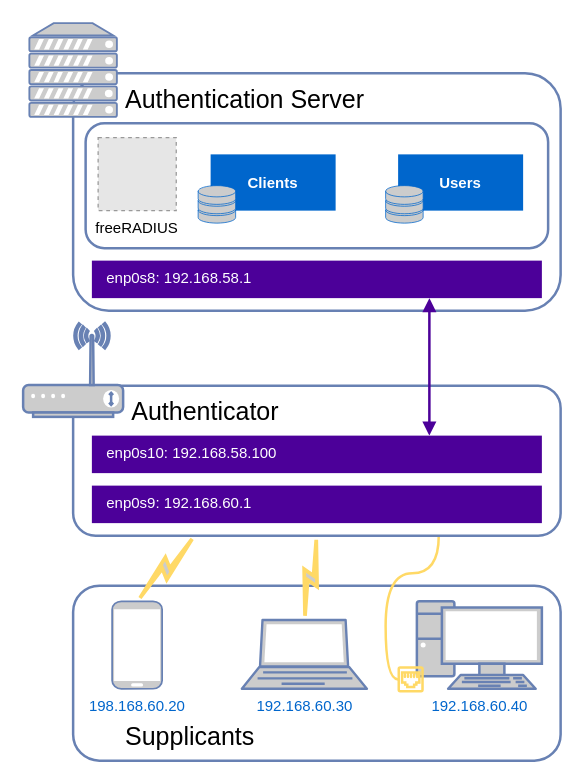
This is page "EAP" (2 of 5) of docs/5G Emulated Network/topology.drawio from davidjosearaujo/dissertation, a draw.io file, before an edit. Source tidied: cells renumbered, new cells numbered last; positions are measured from the earlier drawing's top-left corner, leaving out a move shared by most shapes. Both pictures are drawn from the tidied source at 125%, with x=0, y=0 at pixel (22, 22). Pictures stored in the file or linked from it are replaced by grey dashed boxes.
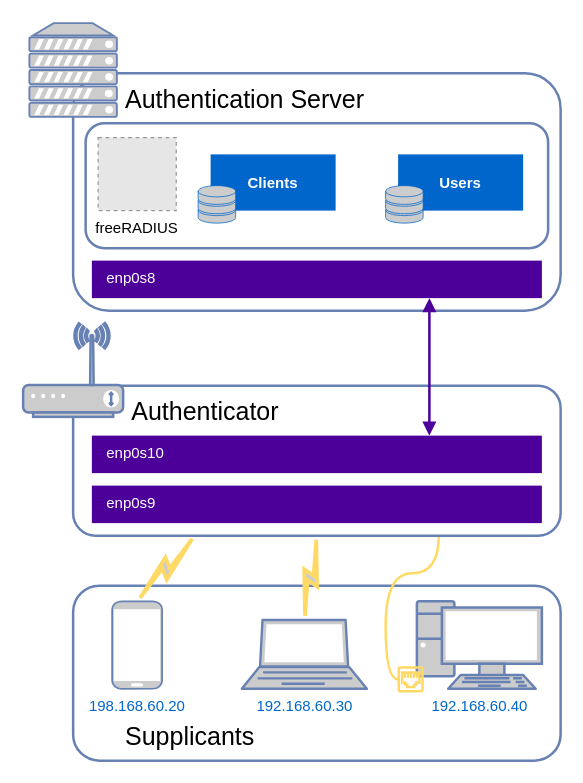
After the change.

Diff of the diagram source:
```diff
@@
-    <mxCell id="6" value="enp0s9:&amp;nbsp;&lt;span style=&quot;background-color: transparent; color: light-dark(rgb(255, 255, 255), rgb(18, 18, 18));&quot;&gt;192.168.60.1&lt;/span&gt;" style="rounded=0;whiteSpace=wrap;html=1;strokeColor=none;fillColor=#4C0099;fontColor=#FFFFFF;verticalAlign=top;align=left;spacingLeft=10;" parent="1" vertex="1">
+    <mxCell id="6" value="enp0s9" style="rounded=0;whiteSpace=wrap;html=1;strokeColor=none;fillColor=#4C0099;fontColor=#FFFFFF;verticalAlign=top;align=left;spacingLeft=10;" parent="1" vertex="1">
       <mxGeometry x="55" y="370" width="360" height="30" as="geometry" />
     </mxCell>
@@
-    <mxCell id="22" value="enp0s10:&amp;nbsp;&lt;span style=&quot;background-color: transparent; color: light-dark(rgb(255, 255, 255), rgb(18, 18, 18));&quot;&gt;192.168.58.100&lt;/span&gt;" style="rounded=0;whiteSpace=wrap;html=1;strokeColor=none;fillColor=#4C0099;fontColor=#FFFFFF;verticalAlign=top;align=left;spacingLeft=10;" parent="1" vertex="1">
+    <mxCell id="22" value="enp0s10" style="rounded=0;whiteSpace=wrap;html=1;strokeColor=none;fillColor=#4C0099;fontColor=#FFFFFF;verticalAlign=top;align=left;spacingLeft=10;" parent="1" vertex="1">
       <mxGeometry x="55" y="330" width="360" height="30" as="geometry" />
     </mxCell>
-    <mxCell id="23" value="enp0s8:&amp;nbsp;&lt;span style=&quot;background-color: transparent; color: light-dark(rgb(255, 255, 255), rgb(18, 18, 18));&quot;&gt;192.168.58&lt;/span&gt;&lt;span style=&quot;background-color: transparent; color: light-dark(rgb(255, 255, 255), rgb(18, 18, 18));&quot;&gt;.1&lt;/span&gt;" style="rounded=0;whiteSpace=wrap;html=1;strokeColor=none;fillColor=#4C0099;fontColor=#FFFFFF;verticalAlign=top;align=left;spacingLeft=10;" parent="1" vertex="1">
+    <mxCell id="23" value="enp0s8" style="rounded=0;whiteSpace=wrap;html=1;strokeColor=none;fillColor=#4C0099;fontColor=#FFFFFF;verticalAlign=top;align=left;spacingLeft=10;" parent="1" vertex="1">
       <mxGeometry x="55" y="190" width="360" height="30" as="geometry" />
     </mxCell>
```
